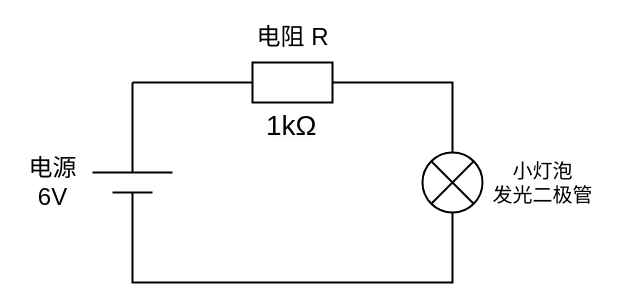
Earlier version of the draw.io diagram light_led.drawio (RedNoseRedRose/XinChuang-Practice-BreadBoard). Source tidied: cells renumbered, new cells numbered last; positions are measured from the earlier drawing's top-left corner, leaving out a move shared by most shapes. Both pictures are drawn from the tidied source at 100%, with x=0, y=0 at pixel (17, 17).
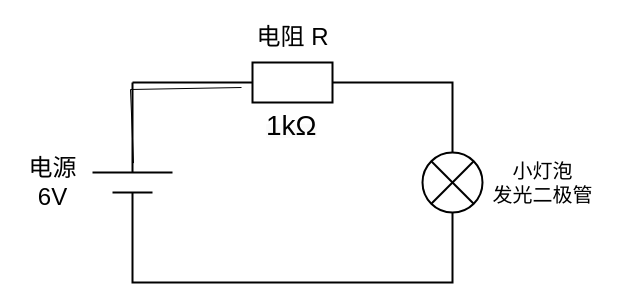
Above is the later version.

What changed in the source:
```diff
@@
+    <mxCell id="14" style="endArrow=none;html=1;rounded=0;" parent="1" edge="1">
+      <mxGeometry relative="1" as="geometry">
+        <mxPoint x="116" y="145.6" as="sourcePoint" />
+        <mxPoint x="224" y="70" as="targetPoint" />
+        <Array as="points">
+          <mxPoint x="113" y="72" />
+        </Array>
+      </mxGeometry>
+    </mxCell>
```
